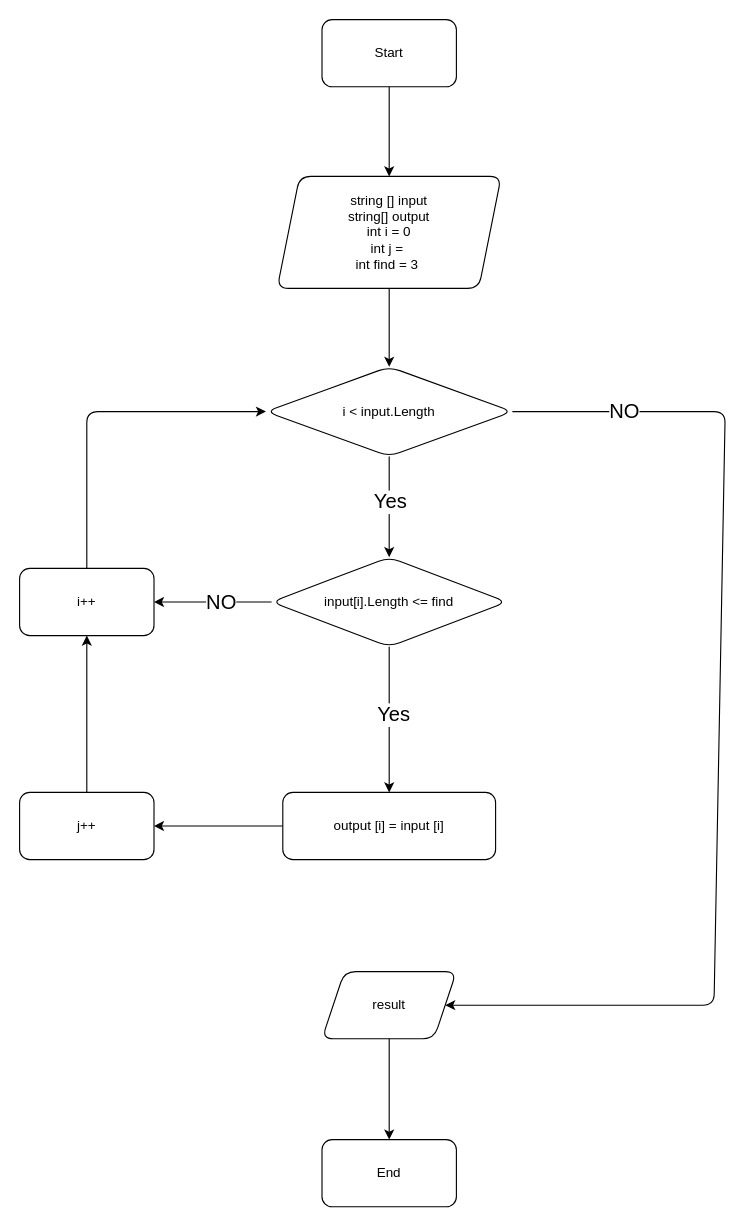
Before: algoritm.drawio in AlexVasilev-N/Block1, a draw.io diagram. Source tidied: cells renumbered, new cells numbered last; positions are measured from the earlier drawing's top-left corner, leaving out a move shared by most shapes. Both pictures are drawn from the tidied source at 112%, with x=0, y=0 at pixel (19, 19).
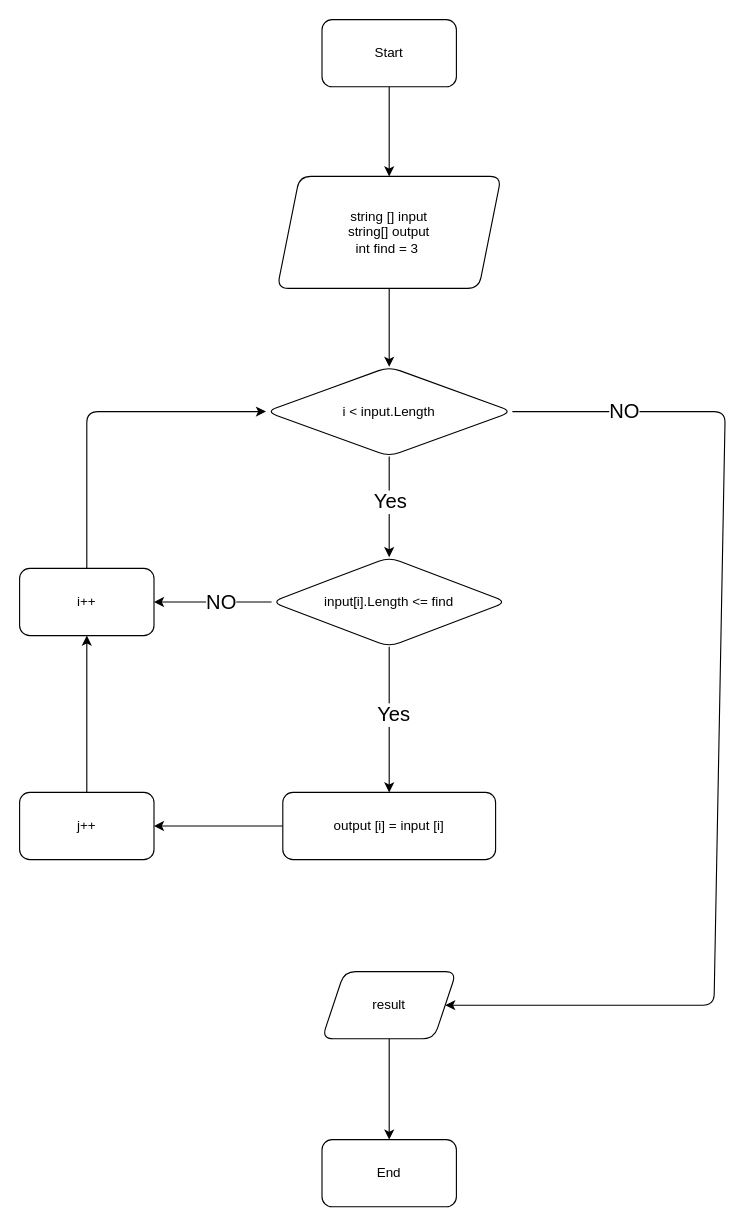
The same page after the edit.

Commit message:
изменен алгоритм

What changed in the source:
```diff
@@
-    <mxCell id="5" value="string [] input&lt;br&gt;string[] output&lt;br&gt;int i = 0&lt;br&gt;int j =&amp;nbsp;&lt;br&gt;int find = 3&amp;nbsp;" style="shape=parallelogram;perimeter=parallelogramPerimeter;whiteSpace=wrap;html=1;fixedSize=1;rounded=1;" parent="1" vertex="1">
+    <mxCell id="5" value="string [] input&lt;br&gt;string[] output&lt;br&gt;int find = 3&amp;nbsp;" style="shape=parallelogram;perimeter=parallelogramPerimeter;whiteSpace=wrap;html=1;fixedSize=1;rounded=1;" parent="1" vertex="1">
       <mxGeometry x="230" y="140" width="200" height="100" as="geometry" />
     </mxCell>
```
